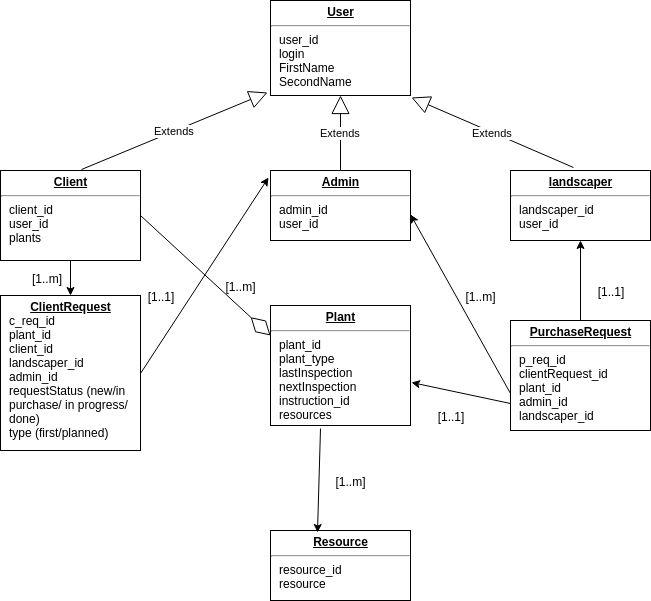
Above: wiki/Classes.png in gilgenbergg/green_office (draw.io), before the change. Source tidied: cells renumbered, new cells last; positions are measured from the earlier drawing's top-left corner, leaving out a move shared by most shapes.
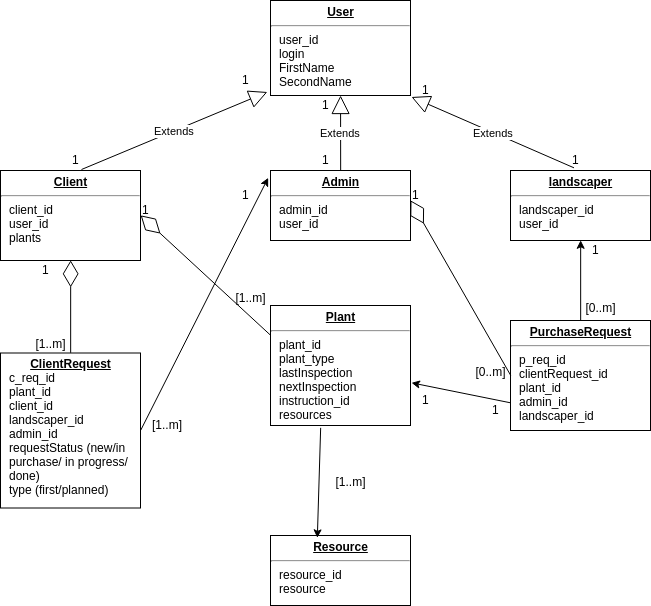
The same diagram one commit later.

Diff of the diagram source:
```diff
@@ -2,9 +2,6 @@
   <root>
     <mxCell id="0" />
     <mxCell id="1" parent="0" />
-    <mxCell id="2" style="edgeStyle=orthogonalEdgeStyle;rounded=0;jettySize=auto;html=1;exitX=0.5;exitY=1;exitDx=0;exitDy=0;entryX=0.5;entryY=0;entryDx=0;entryDy=0;" parent="1" edge="1" source="3" target="6">
-      <mxGeometry relative="1" as="geometry" />
-    </mxCell>
     <mxCell id="3" value="&lt;p style=&quot;margin: 0px ; margin-top: 4px ; text-align: center ; text-decoration: underline&quot;&gt;&lt;b&gt;Client&lt;/b&gt;&lt;/p&gt;&lt;hr&gt;&lt;p style=&quot;margin: 0px ; margin-left: 8px&quot;&gt;client_id&lt;/p&gt;&lt;p style=&quot;margin: 0px ; margin-left: 8px&quot;&gt;user_id&lt;/p&gt;&lt;p style=&quot;margin: 0px ; margin-left: 8px&quot;&gt;plants&lt;/p&gt;" style="verticalAlign=top;align=left;overflow=fill;fontSize=12;fontFamily=Helvetica;html=1;rounded=0;shadow=0;comic=0;labelBackgroundColor=none;strokeColor=#000000;strokeWidth=1;fillColor=#ffffff;" parent="1" vertex="1">
       <mxGeometry y="170" width="140" height="90" as="geometry" />
     </mxCell>
@@ -15,19 +12,19 @@
       <mxGeometry x="510" y="170" width="140" height="70" as="geometry" />
     </mxCell>
     <mxCell id="6" value="&lt;p style=&quot;margin: 0px ; margin-top: 4px ; text-align: center ; text-decoration: underline&quot;&gt;&lt;b&gt;ClientRequest&lt;/b&gt;&lt;/p&gt;&lt;p style=&quot;margin: 0px ; margin-left: 8px&quot;&gt;c_req_id&lt;/p&gt;&lt;p style=&quot;margin: 0px ; margin-left: 8px&quot;&gt;plant_id&lt;/p&gt;&lt;p style=&quot;margin: 0px ; margin-left: 8px&quot;&gt;client_id&lt;/p&gt;&lt;p style=&quot;margin: 0px ; margin-left: 8px&quot;&gt;landscaper_id&lt;/p&gt;&lt;p style=&quot;margin: 0px ; margin-left: 8px&quot;&gt;admin_id&lt;/p&gt;&lt;p style=&quot;margin: 0px ; margin-left: 8px&quot;&gt;requestStatus (new/in&lt;/p&gt;&lt;p style=&quot;margin: 0px ; margin-left: 8px&quot;&gt;purchase/ in progress/&amp;nbsp;&lt;/p&gt;&lt;p style=&quot;margin: 0px ; margin-left: 8px&quot;&gt;done)&lt;/p&gt;&lt;p style=&quot;margin: 0px ; margin-left: 8px&quot;&gt;type (first/planned)&lt;/p&gt;" style="verticalAlign=top;align=left;overflow=fill;fontSize=12;fontFamily=Helvetica;html=1;rounded=0;shadow=0;comic=0;labelBackgroundColor=none;strokeColor=#000000;strokeWidth=1;fillColor=#ffffff;" parent="1" vertex="1">
-      <mxGeometry y="295" width="140" height="155" as="geometry" />
+      <mxGeometry y="352.5" width="140" height="155" as="geometry" />
     </mxCell>
     <mxCell id="7" value="&lt;p style=&quot;margin: 0px ; margin-top: 4px ; text-align: center ; text-decoration: underline&quot;&gt;&lt;b&gt;Plant&lt;/b&gt;&lt;/p&gt;&lt;hr&gt;&lt;p style=&quot;margin: 0px ; margin-left: 8px&quot;&gt;plant_id&lt;/p&gt;&lt;p style=&quot;margin: 0px ; margin-left: 8px&quot;&gt;plant_type&lt;/p&gt;&lt;p style=&quot;margin: 0px ; margin-left: 8px&quot;&gt;lastInspection&lt;/p&gt;&lt;p style=&quot;margin: 0px ; margin-left: 8px&quot;&gt;nextInspection&lt;/p&gt;&lt;p style=&quot;margin: 0px ; margin-left: 8px&quot;&gt;instruction_id&lt;/p&gt;&lt;p style=&quot;margin: 0px ; margin-left: 8px&quot;&gt;resources&lt;/p&gt;" style="verticalAlign=top;align=left;overflow=fill;fontSize=12;fontFamily=Helvetica;html=1;rounded=0;shadow=0;comic=0;labelBackgroundColor=none;strokeColor=#000000;strokeWidth=1;fillColor=#ffffff;" parent="1" vertex="1">
       <mxGeometry x="270" y="305" width="140" height="120" as="geometry" />
     </mxCell>
     <mxCell id="8" value="&lt;p style=&quot;margin: 0px ; margin-top: 4px ; text-align: center ; text-decoration: underline&quot;&gt;&lt;b&gt;Resource&lt;/b&gt;&lt;/p&gt;&lt;hr&gt;&lt;p style=&quot;margin: 0px ; margin-left: 8px&quot;&gt;resource_id&lt;/p&gt;&lt;p style=&quot;margin: 0px ; margin-left: 8px&quot;&gt;resource&lt;/p&gt;" style="verticalAlign=top;align=left;overflow=fill;fontSize=12;fontFamily=Helvetica;html=1;rounded=0;shadow=0;comic=0;labelBackgroundColor=none;strokeColor=#000000;strokeWidth=1;fillColor=#ffffff;" parent="1" vertex="1">
-      <mxGeometry x="270" y="530" width="140" height="70" as="geometry" />
+      <mxGeometry x="270" y="535" width="140" height="70" as="geometry" />
     </mxCell>
     <mxCell id="9" value="&lt;p style=&quot;margin: 0px ; margin-top: 4px ; text-align: center ; text-decoration: underline&quot;&gt;&lt;b&gt;PurchaseRequest&lt;/b&gt;&lt;/p&gt;&lt;hr&gt;&lt;p style=&quot;margin: 0px ; margin-left: 8px&quot;&gt;p_req_id&lt;/p&gt;&lt;p style=&quot;margin: 0px ; margin-left: 8px&quot;&gt;clientRequest_id&lt;/p&gt;&lt;p style=&quot;margin: 0px ; margin-left: 8px&quot;&gt;plant_id&lt;/p&gt;&lt;p style=&quot;margin: 0px ; margin-left: 8px&quot;&gt;admin_id&lt;/p&gt;&lt;p style=&quot;margin: 0px ; margin-left: 8px&quot;&gt;landscaper_id&lt;/p&gt;&lt;p style=&quot;margin: 0px ; margin-left: 8px&quot;&gt;&lt;br&gt;&lt;/p&gt;" style="verticalAlign=top;align=left;overflow=fill;fontSize=12;fontFamily=Helvetica;html=1;rounded=0;shadow=0;comic=0;labelBackgroundColor=none;strokeColor=#000000;strokeWidth=1;fillColor=#ffffff;" parent="1" vertex="1">
       <mxGeometry x="510" y="320" width="140" height="110" as="geometry" />
     </mxCell>
     <mxCell id="10" value="[1..m]" style="text;html=1;strokeColor=none;fillColor=none;align=center;verticalAlign=middle;whiteSpace=wrap;rounded=0;" parent="1" vertex="1">
-      <mxGeometry x="220" y="275" width="40" height="20" as="geometry" />
+      <mxGeometry x="230" y="286.5" width="40" height="20" as="geometry" />
     </mxCell>
     <mxCell id="11" style="endArrow=classic;html=1;exitX=0.357;exitY=1.021;exitDx=0;exitDy=0;exitPerimeter=0;entryX=0.333;entryY=0.033;entryDx=0;entryDy=0;entryPerimeter=0;" parent="1" edge="1" source="7" target="8">
       <mxGeometry relative="1" as="geometry" />
@@ -35,37 +32,23 @@
     <mxCell id="12" value="[1..m]" style="text;html=1;strokeColor=none;fillColor=none;align=center;verticalAlign=middle;whiteSpace=wrap;rounded=0;" parent="1" vertex="1">
       <mxGeometry x="330" y="470" width="40" height="20" as="geometry" />
     </mxCell>
-    <mxCell id="13" style="endArrow=classic;html=1;exitX=0;exitY=0.667;exitDx=0;exitDy=0;exitPerimeter=0;" parent="1" edge="1" source="9">
-      <mxGeometry relative="1" as="geometry">
-        <mxPoint x="410" y="214" as="targetPoint" />
-      </mxGeometry>
-    </mxCell>
     <mxCell id="14" style="endArrow=classic;html=1;exitX=0.5;exitY=0;exitDx=0;exitDy=0;entryX=0.5;entryY=1;entryDx=0;entryDy=0;" parent="1" edge="1" source="9" target="5">
       <mxGeometry relative="1" as="geometry" />
     </mxCell>
-    <mxCell id="15" value="[1..m]" style="text;html=1;strokeColor=none;fillColor=none;align=center;verticalAlign=middle;whiteSpace=wrap;rounded=0;" parent="1" vertex="1">
-      <mxGeometry x="460" y="285" width="40" height="20" as="geometry" />
+    <mxCell id="15" value="[0..m]" style="text;html=1;strokeColor=none;fillColor=none;align=center;verticalAlign=middle;whiteSpace=wrap;rounded=0;" parent="1" vertex="1">
+      <mxGeometry x="470" y="360" width="40" height="20" as="geometry" />
     </mxCell>
-    <mxCell id="16" value="[1..1]" style="text;html=1;strokeColor=none;fillColor=none;align=center;verticalAlign=middle;whiteSpace=wrap;rounded=0;" parent="1" vertex="1">
-      <mxGeometry x="590" y="280" width="40" height="20" as="geometry" />
-    </mxCell>
     <mxCell id="17" style="endArrow=classic;html=1;exitX=0;exitY=0.75;exitDx=0;exitDy=0;entryX=1.007;entryY=0.641;entryDx=0;entryDy=0;entryPerimeter=0;" parent="1" edge="1" source="9" target="7">
       <mxGeometry relative="1" as="geometry" />
     </mxCell>
-    <mxCell id="18" value="[1..1]" style="text;html=1;strokeColor=none;fillColor=none;align=center;verticalAlign=middle;whiteSpace=wrap;rounded=0;" parent="1" vertex="1">
-      <mxGeometry x="430" y="405" width="40" height="20" as="geometry" />
-    </mxCell>
     <mxCell id="19" style="endArrow=classic;html=1;exitX=1;exitY=0.5;exitDx=0;exitDy=0;entryX=-0.017;entryY=0.106;entryDx=0;entryDy=0;entryPerimeter=0;" parent="1" edge="1" source="6" target="4">
       <mxGeometry relative="1" as="geometry" />
     </mxCell>
-    <mxCell id="20" value="[1..1]" style="text;html=1;strokeColor=none;fillColor=none;align=center;verticalAlign=middle;whiteSpace=wrap;rounded=0;" parent="1" vertex="1">
-      <mxGeometry x="140" y="285" width="40" height="20" as="geometry" />
-    </mxCell>
-    <mxCell id="21" style="endArrow=diamondThin;endFill=0;endSize=24;html=1;exitX=1;exitY=0.5;exitDx=0;exitDy=0;entryX=0;entryY=0.25;entryDx=0;entryDy=0;" parent="1" edge="1" source="3" target="7">
+    <mxCell id="21" style="endArrow=diamondThin;endFill=0;endSize=24;html=1;exitX=0;exitY=0.25;exitDx=0;exitDy=0;entryX=1;entryY=0.5;entryDx=0;entryDy=0;" parent="1" edge="1" source="7" target="3">
       <mxGeometry relative="1" as="geometry" />
     </mxCell>
     <mxCell id="22" value="[1..m]" style="text;html=1;align=left;verticalAlign=top;spacingTop=-4;" parent="1" vertex="1">
-      <mxGeometry x="30" y="269" width="50" height="10" as="geometry" />
+      <mxGeometry x="150" y="415" width="50" height="10" as="geometry" />
     </mxCell>
     <mxCell id="23" value="&lt;p style=&quot;margin: 0px ; margin-top: 4px ; text-align: center ; text-decoration: underline&quot;&gt;&lt;b&gt;User&lt;/b&gt;&lt;/p&gt;&lt;hr&gt;&lt;p style=&quot;margin: 0px ; margin-left: 8px&quot;&gt;user_id&lt;/p&gt;&lt;p style=&quot;margin: 0px ; margin-left: 8px&quot;&gt;login&lt;/p&gt;&lt;p style=&quot;margin: 0px ; margin-left: 8px&quot;&gt;FirstName&lt;/p&gt;&lt;p style=&quot;margin: 0px ; margin-left: 8px&quot;&gt;SecondName&lt;/p&gt;" style="verticalAlign=top;align=left;overflow=fill;fontSize=12;fontFamily=Helvetica;html=1;rounded=0;shadow=0;comic=0;labelBackgroundColor=none;strokeColor=#000000;strokeWidth=1;fillColor=#ffffff;" parent="1" vertex="1">
       <mxGeometry x="270" width="140" height="95" as="geometry" />
@@ -79,5 +62,58 @@
     <mxCell id="26" value="Extends" style="endArrow=block;endSize=16;endFill=0;html=1;exitX=0.452;exitY=-0.041;exitDx=0;exitDy=0;exitPerimeter=0;entryX=1.007;entryY=1.016;entryDx=0;entryDy=0;entryPerimeter=0;" parent="1" edge="1" source="5" target="23">
       <mxGeometry relative="1" as="geometry" />
     </mxCell>
+    <mxCell id="27" style="endArrow=diamondThin;endFill=0;endSize=24;html=1;exitX=0;exitY=0.5;exitDx=0;exitDy=0;entryX=1.024;entryY=0.611;entryDx=0;entryDy=0;entryPerimeter=0;" parent="1" edge="1" source="9">
+      <mxGeometry relative="1" as="geometry">
+        <mxPoint x="410" y="199.8" as="targetPoint" />
+      </mxGeometry>
+    </mxCell>
+    <mxCell id="28" style="endArrow=diamondThin;endFill=0;endSize=24;html=1;exitX=0.5;exitY=0;exitDx=0;exitDy=0;entryX=0.5;entryY=1;entryDx=0;entryDy=0;" parent="1" edge="1" source="6" target="3">
+      <mxGeometry relative="1" as="geometry" />
+    </mxCell>
+    <mxCell id="29" value="1" style="text;html=1;align=left;verticalAlign=top;spacingTop=-4;" parent="1" vertex="1">
+      <mxGeometry x="70" y="150" width="20" height="10" as="geometry" />
+    </mxCell>
+    <mxCell id="30" value="1" style="text;html=1;align=left;verticalAlign=top;spacingTop=-4;" parent="1" vertex="1">
+      <mxGeometry x="240" y="70" width="20" height="10" as="geometry" />
+    </mxCell>
+    <mxCell id="31" value="1" style="text;html=1;align=left;verticalAlign=top;spacingTop=-4;" parent="1" vertex="1">
+      <mxGeometry x="320" y="150" width="20" height="10" as="geometry" />
+    </mxCell>
+    <mxCell id="32" value="1" style="text;html=1;align=left;verticalAlign=top;spacingTop=-4;" parent="1" vertex="1">
+      <mxGeometry x="320" y="95" width="20" height="10" as="geometry" />
+    </mxCell>
+    <mxCell id="33" value="1" style="text;html=1;align=left;verticalAlign=top;spacingTop=-4;" parent="1" vertex="1">
+      <mxGeometry x="420" y="80" width="20" height="10" as="geometry" />
+    </mxCell>
+    <mxCell id="34" value="1" style="text;html=1;align=left;verticalAlign=top;spacingTop=-4;" parent="1" vertex="1">
+      <mxGeometry x="570" y="150" width="20" height="10" as="geometry" />
+    </mxCell>
+    <mxCell id="35" value="1" style="text;html=1;align=left;verticalAlign=top;spacingTop=-4;" parent="1" vertex="1">
+      <mxGeometry x="410" y="185" width="20" height="10" as="geometry" />
+    </mxCell>
+    <mxCell id="36" value="1" style="text;html=1;align=left;verticalAlign=top;spacingTop=-4;" parent="1" vertex="1">
+      <mxGeometry x="590" y="240" width="20" height="10" as="geometry" />
+    </mxCell>
+    <mxCell id="37" value="[0..m]" style="text;html=1;strokeColor=none;fillColor=none;align=center;verticalAlign=middle;whiteSpace=wrap;rounded=0;" parent="1" vertex="1">
+      <mxGeometry x="580" y="296.5" width="40" height="20" as="geometry" />
+    </mxCell>
+    <mxCell id="38" value="1" style="text;html=1;align=left;verticalAlign=top;spacingTop=-4;" parent="1" vertex="1">
+      <mxGeometry x="490" y="400" width="20" height="10" as="geometry" />
+    </mxCell>
+    <mxCell id="39" value="1" style="text;html=1;align=left;verticalAlign=top;spacingTop=-4;" parent="1" vertex="1">
+      <mxGeometry x="420" y="390" width="20" height="10" as="geometry" />
+    </mxCell>
+    <mxCell id="40" value="1" style="text;html=1;align=left;verticalAlign=top;spacingTop=-4;" parent="1" vertex="1">
+      <mxGeometry x="140" y="200" width="20" height="10" as="geometry" />
+    </mxCell>
+    <mxCell id="41" value="1" style="text;html=1;align=left;verticalAlign=top;spacingTop=-4;" parent="1" vertex="1">
+      <mxGeometry x="240" y="185" width="20" height="10" as="geometry" />
+    </mxCell>
+    <mxCell id="42" value="1" style="text;html=1;align=left;verticalAlign=top;spacingTop=-4;" parent="1" vertex="1">
+      <mxGeometry x="40" y="260" width="20" height="10" as="geometry" />
+    </mxCell>
+    <mxCell id="43" value="[1..m]" style="text;html=1;strokeColor=none;fillColor=none;align=center;verticalAlign=middle;whiteSpace=wrap;rounded=0;" parent="1" vertex="1">
+      <mxGeometry x="30" y="332.5" width="40" height="20" as="geometry" />
+    </mxCell>
   </root>
 </mxGraphModel>
```
